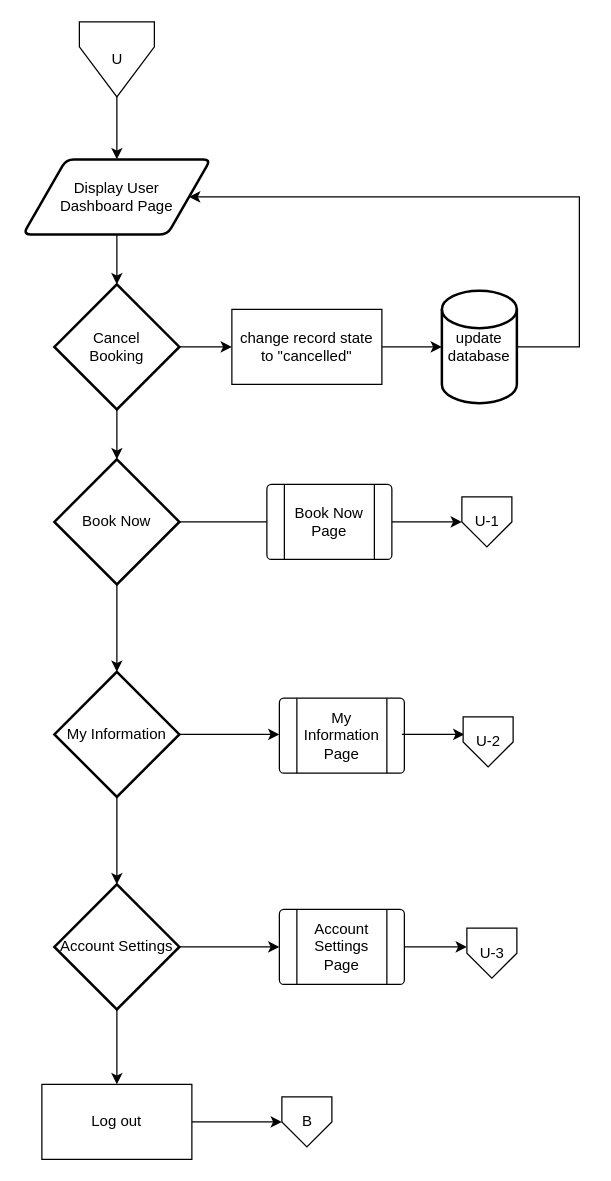
The draw.io diagram page "(U) User Dashboard Page" (7 of 9) of Flowchart.drawio in justpaulmiguel/Web1Proj, before the edit. Source tidied: cells renumbered, new cells numbered last; positions are measured from the earlier drawing's top-left corner, leaving out a move shared by most shapes. Both pictures are drawn from the tidied source at 125%, with x=0, y=0 at pixel (22, 21).
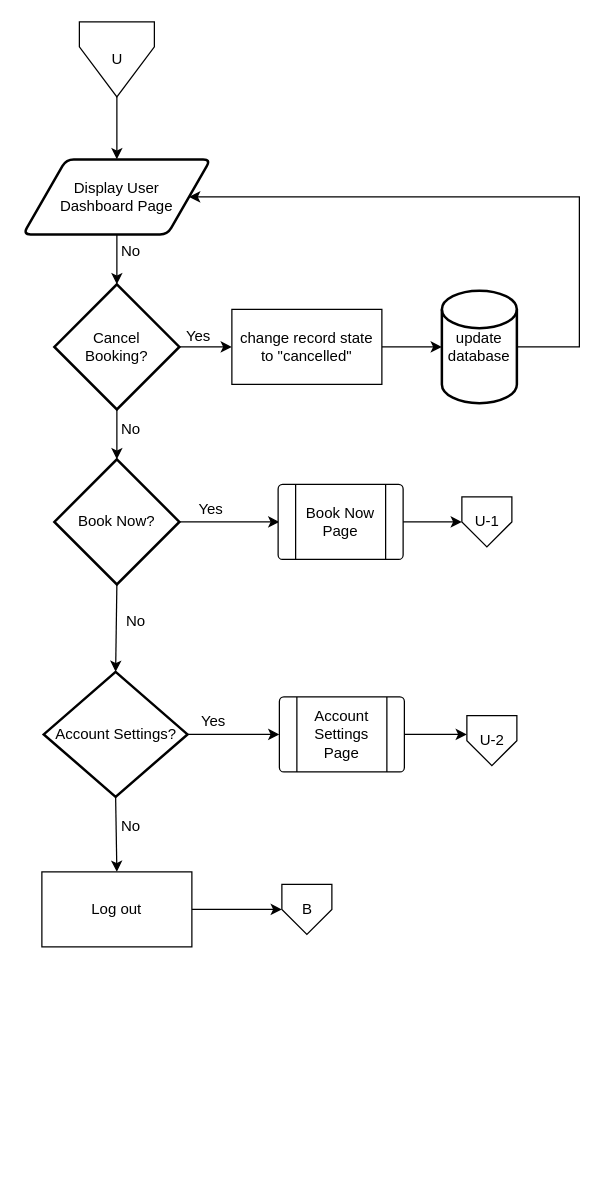
Above is the later version.

Unchanged cells that the change refers to:
```xml
<mxCell id="24" value="U-1" style="verticalLabelPosition=middle;verticalAlign=middle;html=1;shape=offPageConnector;rounded=0;size=0.5;labelPosition=center;align=center;" parent="1" vertex="1">
  <mxGeometry x="351" y="380" width="40" height="40" as="geometry" />
</mxCell>
```

What changed in the source:
```diff
@@
-    <mxCell id="4" value="Book Now" style="strokeWidth=2;html=1;shape=mxgraph.flowchart.decision;whiteSpace=wrap;fillColor=default;gradientColor=none;" parent="1" vertex="1">
+    <mxCell id="4" value="Book Now?" style="strokeWidth=2;html=1;shape=mxgraph.flowchart.decision;whiteSpace=wrap;fillColor=default;gradientColor=none;" parent="1" vertex="1">
       <mxGeometry x="25" y="350" width="100" height="100" as="geometry" />
     </mxCell>
-    <mxCell id="5" value="My Information" style="strokeWidth=2;html=1;shape=mxgraph.flowchart.decision;whiteSpace=wrap;fillColor=default;gradientColor=none;" parent="1" vertex="1">
-      <mxGeometry x="25" y="520" width="100" height="100" as="geometry" />
-    </mxCell>
     <mxCell id="6" style="edgeStyle=orthogonalEdgeStyle;rounded=0;jettySize=auto;html=1;exitX=1;exitY=0.5;exitDx=0;exitDy=0;exitPerimeter=0;" parent="1" edge="1" source="7">
       <mxGeometry relative="1" as="geometry">
-        <mxPoint x="205" y="740" as="targetPoint" />
+        <mxPoint x="205" y="570" as="targetPoint" />
       </mxGeometry>
     </mxCell>
-    <mxCell id="7" value="Account Settings" style="strokeWidth=2;html=1;shape=mxgraph.flowchart.decision;whiteSpace=wrap;fillColor=default;gradientColor=none;" parent="1" vertex="1">
-      <mxGeometry x="25" y="690" width="100" height="100" as="geometry" />
+    <mxCell id="7" value="Account Settings?" style="strokeWidth=2;html=1;shape=mxgraph.flowchart.decision;whiteSpace=wrap;fillColor=default;gradientColor=none;" parent="1" vertex="1">
+      <mxGeometry x="16.5" y="520" width="115" height="100" as="geometry" />
     </mxCell>
-    <mxCell id="8" style="endArrow=classic;html=1;rounded=0;entryX=0.5;entryY=0;entryDx=0;entryDy=0;entryPerimeter=0;" parent="1" edge="1" target="5">
-      <mxGeometry relative="1" as="geometry">
-        <mxPoint x="75" y="450" as="sourcePoint" />
-      </mxGeometry>
-    </mxCell>
-    <mxCell id="9" style="endArrow=classic;html=1;rounded=0;entryX=0.5;entryY=0;entryDx=0;entryDy=0;entryPerimeter=0;exitX=0.5;exitY=1;exitDx=0;exitDy=0;exitPerimeter=0;" parent="1" edge="1" source="5" target="7">
+    <mxCell id="9" style="endArrow=classic;html=1;rounded=0;entryX=0.5;entryY=0;entryDx=0;entryDy=0;entryPerimeter=0;exitX=0.5;exitY=1;exitDx=0;exitDy=0;exitPerimeter=0;" parent="1" edge="1" source="4" target="7">
       <mxGeometry relative="1" as="geometry" />
     </mxCell>
     <mxCell id="10" value="B" style="verticalLabelPosition=middle;verticalAlign=middle;html=1;shape=offPageConnector;rounded=0;size=0.5;labelPosition=center;align=center;" parent="1" vertex="1">
-      <mxGeometry x="207" y="860" width="40" height="40" as="geometry" />
+      <mxGeometry x="207" y="690" width="40" height="40" as="geometry" />
     </mxCell>
     <mxCell id="11" style="endArrow=classic;html=1;rounded=0;entryX=0;entryY=0.5;entryDx=0;entryDy=0;exitX=1;exitY=0.5;exitDx=0;exitDy=0;" parent="1" edge="1" target="10">
       <mxGeometry relative="1" as="geometry">
-        <mxPoint x="135" y="880" as="sourcePoint" />
+        <mxPoint x="135" y="710" as="sourcePoint" />
       </mxGeometry>
     </mxCell>
-    <mxCell id="12" style="endArrow=classic;html=1;rounded=0;entryX=0.5;entryY=0;entryDx=0;entryDy=0;" parent="1" edge="1" target="13">
-      <mxGeometry relative="1" as="geometry">
-        <mxPoint x="75" y="790" as="sourcePoint" />
-      </mxGeometry>
+    <mxCell id="12" style="endArrow=classic;html=1;rounded=0;entryX=0.5;entryY=0;entryDx=0;entryDy=0;exitX=0.5;exitY=1;exitDx=0;exitDy=0;exitPerimeter=0;" parent="1" edge="1" source="7" target="13">
+      <mxGeometry relative="1" as="geometry" />
     </mxCell>
     <mxCell id="13" value="Log out" style="rounded=0;whiteSpace=wrap;html=1;" parent="1" vertex="1">
-      <mxGeometry x="15" y="850" width="120" height="60" as="geometry" />
+      <mxGeometry x="15" y="680" width="120" height="60" as="geometry" />
     </mxCell>
     <mxCell id="14" style="edgeStyle=orthogonalEdgeStyle;rounded=0;jettySize=auto;html=1;exitX=1;exitY=0.5;exitDx=0;exitDy=0;" parent="1" edge="1" source="15">
       <mxGeometry relative="1" as="geometry">
-        <mxPoint x="355" y="740" as="targetPoint" />
+        <mxPoint x="355" y="570" as="targetPoint" />
       </mxGeometry>
     </mxCell>
     <mxCell id="15" value="Account Settings Page" style="verticalLabelPosition=middle;verticalAlign=middle;html=1;shape=process;whiteSpace=wrap;rounded=1;size=0.14;arcSize=6;labelPosition=center;align=center;" parent="1" vertex="1">
-      <mxGeometry x="205" y="710" width="100" height="60" as="geometry" />
+      <mxGeometry x="205" y="540" width="100" height="60" as="geometry" />
     </mxCell>
-    <mxCell id="16" value="U-3" style="verticalLabelPosition=middle;verticalAlign=middle;html=1;shape=offPageConnector;rounded=0;size=0.5;labelPosition=center;align=center;" parent="1" vertex="1">
-      <mxGeometry x="355" y="725" width="40" height="40" as="geometry" />
+    <mxCell id="16" value="U-2" style="verticalLabelPosition=middle;verticalAlign=middle;html=1;shape=offPageConnector;rounded=0;size=0.5;labelPosition=center;align=center;" parent="1" vertex="1">
+      <mxGeometry x="355" y="555" width="40" height="40" as="geometry" />
     </mxCell>
-    <mxCell id="17" style="edgeStyle=orthogonalEdgeStyle;rounded=0;orthogonalLoop=1;jettySize=auto;html=1;exitX=1;exitY=0.5;exitDx=0;exitDy=0;exitPerimeter=0;" parent="1" edge="1">
-      <mxGeometry relative="1" as="geometry">
-        <mxPoint x="125" y="570" as="sourcePoint" />
-        <mxPoint x="205" y="570" as="targetPoint" />
-      </mxGeometry>
-    </mxCell>
-    <mxCell id="18" value="My Information Page" style="verticalLabelPosition=middle;verticalAlign=middle;html=1;shape=process;whiteSpace=wrap;rounded=1;size=0.14;arcSize=6;labelPosition=center;align=center;" parent="1" vertex="1">
-      <mxGeometry x="205" y="541" width="100" height="60" as="geometry" />
-    </mxCell>
-    <mxCell id="19" style="edgeStyle=orthogonalEdgeStyle;rounded=0;orthogonalLoop=1;jettySize=auto;html=1;exitX=1;exitY=0.5;exitDx=0;exitDy=0;" parent="1" edge="1">
-      <mxGeometry relative="1" as="geometry">
-        <mxPoint x="303" y="570" as="sourcePoint" />
-        <mxPoint x="353" y="570" as="targetPoint" />
-        <Array as="points">
-          <mxPoint x="334" y="570" />
-          <mxPoint x="334" y="570" />
-        </Array>
-      </mxGeometry>
-    </mxCell>
-    <mxCell id="20" value="U-2" style="verticalLabelPosition=middle;verticalAlign=middle;html=1;shape=offPageConnector;rounded=0;size=0.5;labelPosition=center;align=center;" parent="1" vertex="1">
-      <mxGeometry x="352" y="556" width="40" height="40" as="geometry" />
-    </mxCell>
@@
-    <mxCell id="22" style="edgeStyle=orthogonalEdgeStyle;rounded=0;jettySize=auto;html=1;exitX=1;exitY=0.5;exitDx=0;exitDy=0;entryX=0;entryY=0.5;entryDx=0;entryDy=0;" parent="1" edge="1" source="23" target="24">
-      <mxGeometry relative="1" as="geometry" />
+    <mxCell id="22" style="edgeStyle=orthogonalEdgeStyle;rounded=0;orthogonalLoop=1;jettySize=auto;html=1;exitX=1;exitY=0.5;exitDx=0;exitDy=0;entryX=0;entryY=0.5;entryDx=0;entryDy=0;" parent="1" edge="1">
+      <mxGeometry relative="1" as="geometry">
+        <mxPoint x="303" y="400" as="sourcePoint" />
+        <mxPoint x="351" y="400" as="targetPoint" />
+      </mxGeometry>
     </mxCell>
     <mxCell id="23" value="Book Now Page" style="verticalLabelPosition=middle;verticalAlign=middle;html=1;shape=process;whiteSpace=wrap;rounded=1;size=0.14;arcSize=6;labelPosition=center;align=center;" parent="1" vertex="1">
-      <mxGeometry x="195" y="370" width="100" height="60" as="geometry" />
+      <mxGeometry x="204" y="370" width="100" height="60" as="geometry" />
     </mxCell>
@@
-    <mxCell id="29" value="Cancel &lt;br&gt;Booking" style="strokeWidth=2;html=1;shape=mxgraph.flowchart.decision;whiteSpace=wrap;fillColor=default;gradientColor=none;" parent="1" vertex="1">
+    <mxCell id="29" value="Cancel &lt;br&gt;Booking?" style="strokeWidth=2;html=1;shape=mxgraph.flowchart.decision;whiteSpace=wrap;fillColor=default;gradientColor=none;" parent="1" vertex="1">
       <mxGeometry x="25" y="210" width="100" height="100" as="geometry" />
     </mxCell>
@@
+    <mxCell id="34" value="No" style="text;html=1;align=center;verticalAlign=middle;strokeColor=none;fillColor=none;" parent="1" vertex="1">
+      <mxGeometry x="71" y="174" width="30" height="20" as="geometry" />
+    </mxCell>
+    <mxCell id="35" value="Yes" style="text;html=1;align=center;verticalAlign=middle;strokeColor=none;fillColor=none;" parent="1" vertex="1">
+      <mxGeometry x="120" y="242" width="40" height="20" as="geometry" />
+    </mxCell>
+    <mxCell id="36" value="No" style="text;html=1;align=center;verticalAlign=middle;strokeColor=none;fillColor=none;" parent="1" vertex="1">
+      <mxGeometry x="71" y="316" width="30" height="20" as="geometry" />
+    </mxCell>
+    <mxCell id="37" value="Yes" style="text;html=1;align=center;verticalAlign=middle;strokeColor=none;fillColor=none;" parent="1" vertex="1">
+      <mxGeometry x="130" y="380" width="40" height="20" as="geometry" />
+    </mxCell>
+    <mxCell id="38" value="No" style="text;html=1;align=center;verticalAlign=middle;strokeColor=none;fillColor=none;" parent="1" vertex="1">
+      <mxGeometry x="75" y="470" width="30" height="20" as="geometry" />
+    </mxCell>
+    <mxCell id="39" value="Yes" style="text;html=1;align=center;verticalAlign=middle;strokeColor=none;fillColor=none;" parent="1" vertex="1">
+      <mxGeometry x="132" y="550" width="40" height="20" as="geometry" />
+    </mxCell>
+    <mxCell id="40" value="No" style="text;html=1;align=center;verticalAlign=middle;strokeColor=none;fillColor=none;" parent="1" vertex="1">
+      <mxGeometry x="71" y="634" width="30" height="20" as="geometry" />
+    </mxCell>
```
